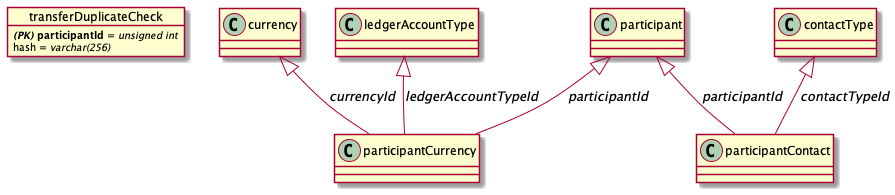
The PlantUML diagram solution_design/central-ledger-data-transfer.png in coilhq/mucoa, before a commit.
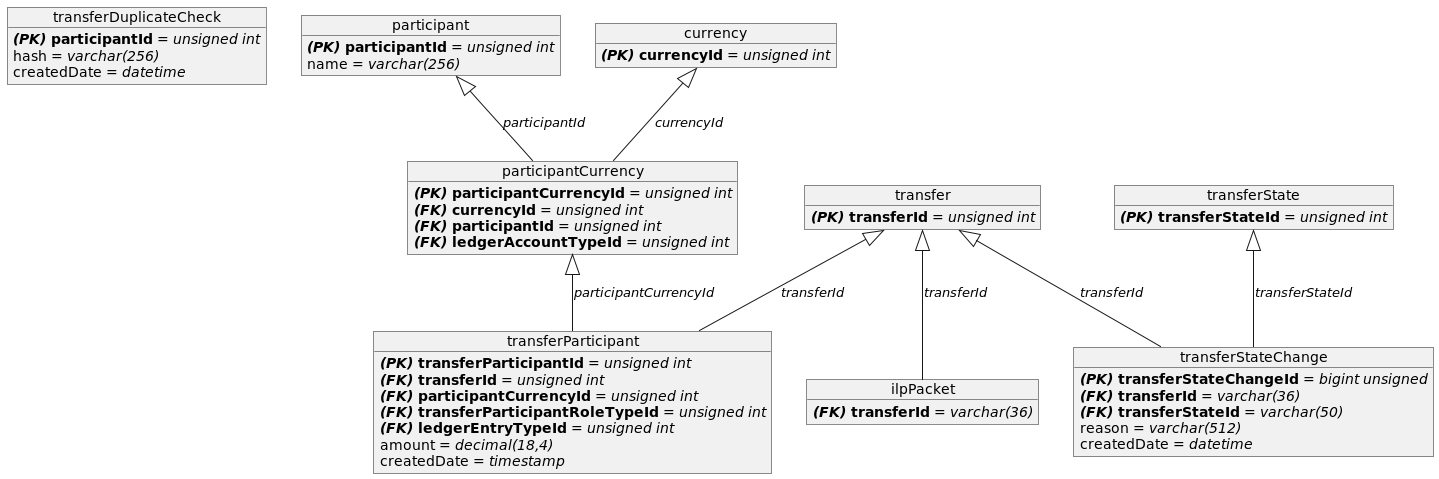
After the change.

What changed in the source:
```diff
@@ -3,10 +3,44 @@
 object transferDuplicateCheck
     transferDuplicateCheck : **//(PK)// participantId** = //unsigned int//
     transferDuplicateCheck : hash = //varchar(256)//
+    transferDuplicateCheck : createdDate = //datetime//
+object transfer
+    transfer : **//(PK)// transferId** = //unsigned int//
+object transferParticipant
+    transferParticipant : **//(PK)// transferParticipantId** = //unsigned int//
+    transferParticipant : **//(FK)// transferId** = //unsigned int//
+    transferParticipant : **//(FK)// participantCurrencyId** = //unsigned int//
+    transferParticipant : **//(FK)// transferParticipantRoleTypeId** = //unsigned int//
+    transferParticipant : **//(FK)// ledgerEntryTypeId** = //unsigned int//
+    transferParticipant : amount = //decimal(18,4)//
+    transferParticipant : createdDate = //timestamp//
+object participantCurrency
+    participantCurrency : **//(PK)// participantCurrencyId** = //unsigned int//
+    participantCurrency : **//(FK)// currencyId** = //unsigned int//
+    participantCurrency : **//(FK)// participantId** = //unsigned int//
+    participantCurrency : **//(FK)// ledgerAccountTypeId** = //unsigned int//
+object ilpPacket
+    ilpPacket : **//(FK)// transferId** = //varchar(36)//
+object transferState
+    transferState : **//(PK)// transferStateId** = //unsigned int//
+object transferStateChange
+    transferStateChange : **//(PK)// transferStateChangeId** = //bigint unsigned//
+    transferStateChange : **//(FK)// transferId** = //varchar(36)//
+    transferStateChange : **//(FK)// transferStateId** = //varchar(50)//
+    transferStateChange : reason = //varchar(512)//
+    transferStateChange : createdDate = //datetime//
+object participant
+    participant : **//(PK)// participantId** = //unsigned int//
+    participant : name = //varchar(256)//
+object currency
+    currency : **//(PK)// currencyId** = //unsigned int//
+
+transfer <|-- ilpPacket : //transferId//
+transfer <|-- transferParticipant : //transferId//
 currency <|-- participantCurrency : //currencyId//
-ledgerAccountType <|-- participantCurrency : //ledgerAccountTypeId//
+participantCurrency <|-- transferParticipant : //participantCurrencyId//
 participant <|-- participantCurrency : //participantId//
-participant <|-- participantContact : //participantId//
-contactType <|-- participantContact : //contactTypeId//
+transferState <|-- transferStateChange : //transferStateId//
+transfer <|-- transferStateChange : //transferId//
 
 @enduml
```
